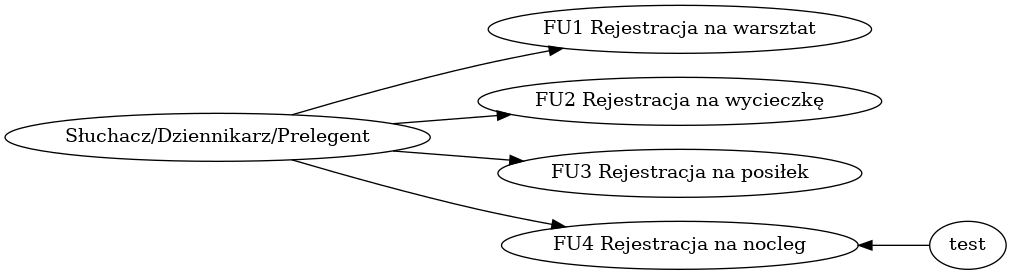
zyla/iop_konferencja keeps this Graphviz diagram as ps.png. Above is the earlier version. Its source is kept beside it as ps.dot.
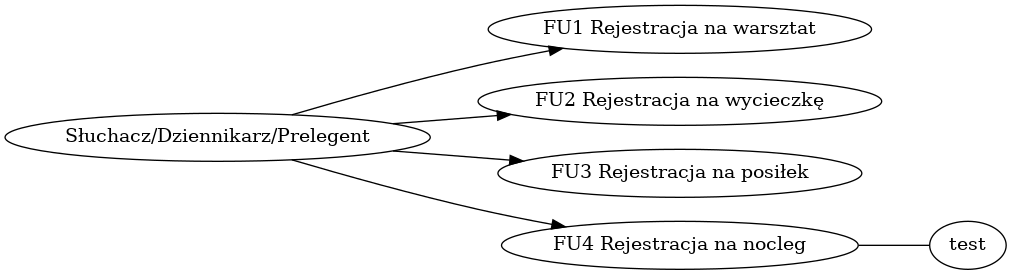
After the commit.

The edit, as a diff of the source:
```diff
@@ -2,5 +2,5 @@
 "Słuchacz/Dziennikarz/Prelegent" -> "FU2 Rejestracja na wycieczkę"
 "Słuchacz/Dziennikarz/Prelegent" -> "FU3 Rejestracja na posiłek"
 "Słuchacz/Dziennikarz/Prelegent" -> "FU4 Rejestracja na nocleg"
-"FU4 Rejestracja na nocleg" -> "test" [dir=back]
+"FU4 Rejestracja na nocleg" -> "test" [dir=none]
  }
```
